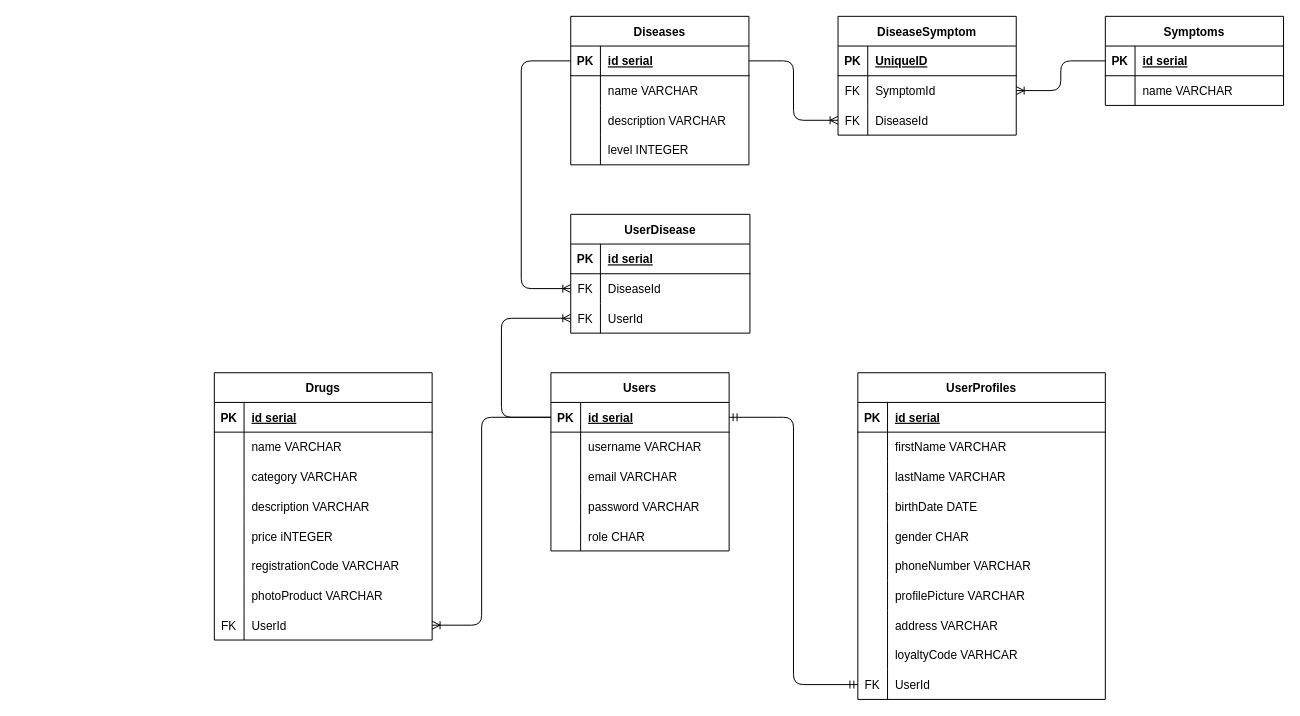
Before: schema.drawio in liliane673/GetWellSoon, a draw.io diagram. Source tidied: cells renumbered, new cells numbered last; positions are measured from the earlier drawing's top-left corner, leaving out a move shared by most shapes. Both pictures are drawn from the tidied source at 99%, with x=0, y=0 at pixel (214, 16).
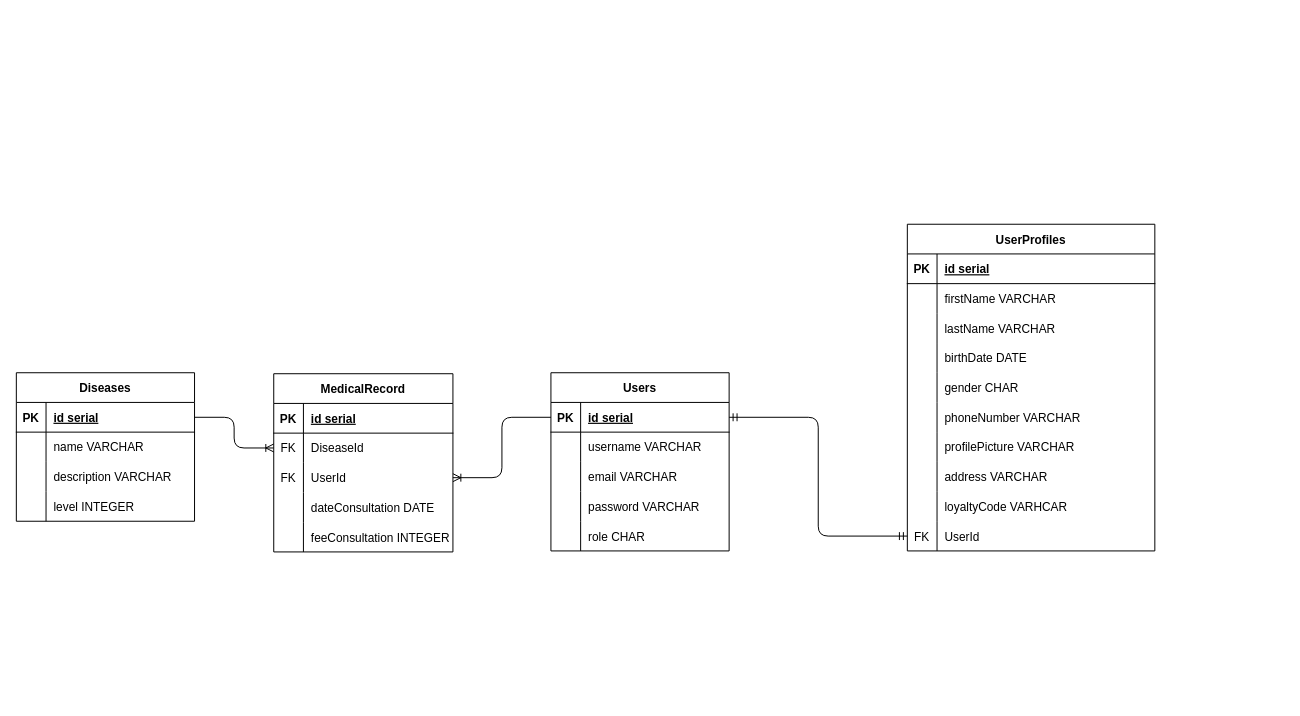
The same diagram, later.

Unchanged cells that the change refers to:
```xml
<mxCell id="3" style="shape=tableRow;horizontal=0;startSize=0;swimlaneHead=0;swimlaneBody=0;fillColor=none;points=[[0,0.5],[1,0.5]];portConstraint=eastwest;top=0;left=0;right=0;bottom=1;" parent="2" vertex="1">
  <mxGeometry y="30" width="180" height="30" as="geometry" />
</mxCell>
<mxCell id="77" style="shape=tableRow;horizontal=0;startSize=0;swimlaneHead=0;swimlaneBody=0;fillColor=none;points=[[0,0.5],[1,0.5]];portConstraint=eastwest;top=0;left=0;right=0;bottom=1;" parent="76" vertex="1">
  <mxGeometry y="30" width="180" height="30" as="geometry" />
</mxCell>
<mxCell id="112" style="shape=tableRow;horizontal=0;startSize=0;swimlaneHead=0;swimlaneBody=0;fillColor=none;points=[[0,0.5],[1,0.5]];portConstraint=eastwest;top=0;left=0;right=0;bottom=0;" parent="108" vertex="1">
  <mxGeometry y="60" width="181" height="30" as="geometry" />
</mxCell>
<mxCell id="115" style="shape=tableRow;horizontal=0;startSize=0;swimlaneHead=0;swimlaneBody=0;fillColor=none;points=[[0,0.5],[1,0.5]];portConstraint=eastwest;top=0;left=0;right=0;bottom=0;" parent="108" vertex="1">
  <mxGeometry y="90" width="181" height="30" as="geometry" />
</mxCell>
```

Diff of the diagram source:
```diff
@@
     <mxCell id="18" value="UserProfiles" style="shape=table;startSize=30;childLayout=tableLayout;rowLines=0;fontStyle=1;align=center;" parent="1" vertex="1">
-      <mxGeometry x="650" y="360" width="250" height="330" as="geometry" />
+      <mxGeometry x="700" y="210" width="250" height="330" as="geometry" />
     </mxCell>
@@
-    <mxCell id="49" value="Drugs" style="shape=table;startSize=30;childLayout=tableLayout;rowLines=0;fontStyle=1;align=center;" parent="1" vertex="1">
-      <mxGeometry y="360" width="220" height="270" as="geometry" />
-    </mxCell>
-    <mxCell id="50" style="shape=tableRow;horizontal=0;startSize=0;swimlaneHead=0;swimlaneBody=0;fillColor=none;top=0;left=0;right=0;bottom=1;" parent="49" vertex="1">
-      <mxGeometry y="30" width="220" height="30" as="geometry" />
-    </mxCell>
-    <mxCell id="51" value="PK" style="shape=partialRectangle;fillColor=none;top=0;left=0;bottom=0;right=0;fontStyle=1;overflow=hidden;" parent="50" vertex="1">
-      <mxGeometry width="30" height="30" as="geometry" />
-    </mxCell>
-    <mxCell id="52" value="id serial" style="shape=partialRectangle;fillColor=none;top=0;left=0;bottom=0;right=0;align=left;spacingLeft=6;fontStyle=5;overflow=hidden;" parent="50" vertex="1">
-      <mxGeometry x="30" width="190" height="30" as="geometry" />
-    </mxCell>
-    <mxCell id="53" style="shape=tableRow;horizontal=0;startSize=0;swimlaneHead=0;swimlaneBody=0;fillColor=none;top=0;left=0;right=0;bottom=0;" parent="49" vertex="1">
-      <mxGeometry y="60" width="220" height="30" as="geometry" />
-    </mxCell>
-    <mxCell id="54" style="shape=partialRectangle;fillColor=none;top=0;left=0;bottom=0;right=0;overflow=hidden;" parent="53" vertex="1">
-      <mxGeometry width="30" height="30" as="geometry" />
-    </mxCell>
-    <mxCell id="55" value="name VARCHAR" style="shape=partialRectangle;fillColor=none;top=0;left=0;bottom=0;right=0;align=left;spacingLeft=6;overflow=hidden;" parent="53" vertex="1">
-      <mxGeometry x="30" width="190" height="30" as="geometry" />
-    </mxCell>
-    <mxCell id="56" style="shape=tableRow;horizontal=0;startSize=0;swimlaneHead=0;swimlaneBody=0;fillColor=none;top=0;left=0;right=0;bottom=0;" parent="49" vertex="1">
-      <mxGeometry y="90" width="220" height="30" as="geometry" />
-    </mxCell>
-    <mxCell id="57" style="shape=partialRectangle;fillColor=none;top=0;left=0;bottom=0;right=0;overflow=hidden;" parent="56" vertex="1">
-      <mxGeometry width="30" height="30" as="geometry" />
-    </mxCell>
-    <mxCell id="58" value="category VARCHAR" style="shape=partialRectangle;fillColor=none;top=0;left=0;bottom=0;right=0;align=left;spacingLeft=6;overflow=hidden;" parent="56" vertex="1">
-      <mxGeometry x="30" width="190" height="30" as="geometry" />
-    </mxCell>
-    <mxCell id="59" style="shape=tableRow;horizontal=0;startSize=0;swimlaneHead=0;swimlaneBody=0;fillColor=none;top=0;left=0;right=0;bottom=0;" parent="49" vertex="1">
-      <mxGeometry y="120" width="220" height="30" as="geometry" />
-    </mxCell>
-    <mxCell id="60" style="shape=partialRectangle;fillColor=none;top=0;left=0;bottom=0;right=0;overflow=hidden;" parent="59" vertex="1">
-      <mxGeometry width="30" height="30" as="geometry" />
-    </mxCell>
-    <mxCell id="61" value="description VARCHAR" style="shape=partialRectangle;fillColor=none;top=0;left=0;bottom=0;right=0;align=left;spacingLeft=6;overflow=hidden;" parent="59" vertex="1">
-      <mxGeometry x="30" width="190" height="30" as="geometry" />
-    </mxCell>
-    <mxCell id="62" style="shape=tableRow;horizontal=0;startSize=0;swimlaneHead=0;swimlaneBody=0;fillColor=none;top=0;left=0;right=0;bottom=0;" parent="49" vertex="1">
-      <mxGeometry y="150" width="220" height="30" as="geometry" />
-    </mxCell>
-    <mxCell id="63" style="shape=partialRectangle;fillColor=none;top=0;left=0;bottom=0;right=0;overflow=hidden;" parent="62" vertex="1">
-      <mxGeometry width="30" height="30" as="geometry" />
-    </mxCell>
-    <mxCell id="64" value="price iNTEGER" style="shape=partialRectangle;fillColor=none;top=0;left=0;bottom=0;right=0;align=left;spacingLeft=6;overflow=hidden;" parent="62" vertex="1">
-      <mxGeometry x="30" width="190" height="30" as="geometry" />
-    </mxCell>
-    <mxCell id="65" style="shape=tableRow;horizontal=0;startSize=0;swimlaneHead=0;swimlaneBody=0;fillColor=none;top=0;left=0;right=0;bottom=0;" parent="49" vertex="1">
-      <mxGeometry y="180" width="220" height="30" as="geometry" />
-    </mxCell>
-    <mxCell id="66" style="shape=partialRectangle;fillColor=none;top=0;left=0;bottom=0;right=0;overflow=hidden;" parent="65" vertex="1">
-      <mxGeometry width="30" height="30" as="geometry" />
-    </mxCell>
-    <mxCell id="67" value="registrationCode VARCHAR" style="shape=partialRectangle;fillColor=none;top=0;left=0;bottom=0;right=0;align=left;spacingLeft=6;overflow=hidden;" parent="65" vertex="1">
-      <mxGeometry x="30" width="190" height="30" as="geometry" />
-    </mxCell>
-    <mxCell id="68" style="shape=tableRow;horizontal=0;startSize=0;swimlaneHead=0;swimlaneBody=0;fillColor=none;top=0;left=0;right=0;bottom=0;" parent="49" vertex="1">
-      <mxGeometry y="210" width="220" height="30" as="geometry" />
-    </mxCell>
-    <mxCell id="69" style="shape=partialRectangle;fillColor=none;top=0;left=0;bottom=0;right=0;overflow=hidden;" parent="68" vertex="1">
-      <mxGeometry width="30" height="30" as="geometry" />
-    </mxCell>
-    <mxCell id="70" value="photoProduct VARCHAR" style="shape=partialRectangle;fillColor=none;top=0;left=0;bottom=0;right=0;align=left;spacingLeft=6;overflow=hidden;" parent="68" vertex="1">
-      <mxGeometry x="30" width="190" height="30" as="geometry" />
-    </mxCell>
-    <mxCell id="71" style="shape=tableRow;horizontal=0;startSize=0;swimlaneHead=0;swimlaneBody=0;fillColor=none;points=[[0,0.5],[1,0.5]];portConstraint=eastwest;top=0;left=0;right=0;bottom=0;" parent="49" vertex="1">
-      <mxGeometry y="240" width="220" height="30" as="geometry" />
-    </mxCell>
-    <mxCell id="72" value="FK" style="shape=partialRectangle;fillColor=none;top=0;left=0;bottom=0;right=0;overflow=hidden;" parent="71" vertex="1">
-      <mxGeometry width="30" height="30" as="geometry" />
-    </mxCell>
-    <mxCell id="73" value="UserId" style="shape=partialRectangle;fillColor=none;top=0;left=0;bottom=0;right=0;align=left;spacingLeft=6;overflow=hidden;" parent="71" vertex="1">
-      <mxGeometry x="30" width="190" height="30" as="geometry" />
-    </mxCell>
@@
-    <mxCell id="75" style="edgeStyle=orthogonalEdgeStyle;fontSize=12;html=1;endArrow=ERoneToMany;exitX=0;exitY=0.5;exitDx=0;exitDy=0;entryX=1;entryY=0.5;entryDx=0;entryDy=0;" parent="1" edge="1" source="3" target="71">
-      <mxGeometry relative="1" as="geometry">
-        <Array as="points">
-          <mxPoint x="270" y="405" />
-          <mxPoint x="270" y="615" />
-        </Array>
-      </mxGeometry>
-    </mxCell>
     <mxCell id="76" value="Diseases" style="shape=table;startSize=30;childLayout=tableLayout;rowLines=0;fontStyle=1;align=center;" parent="1" vertex="1">
-      <mxGeometry x="360" width="180" height="150" as="geometry" />
+      <mxGeometry x="-200" y="360" width="180" height="150" as="geometry" />
     </mxCell>
@@
-    <mxCell id="89" value="Symptoms" style="shape=table;startSize=30;childLayout=tableLayout;rowLines=0;fontStyle=1;align=center;" parent="1" vertex="1">
-      <mxGeometry x="900" width="180" height="90" as="geometry" />
-    </mxCell>
-    <mxCell id="90" style="shape=tableRow;horizontal=0;startSize=0;swimlaneHead=0;swimlaneBody=0;fillColor=none;points=[[0,0.5],[1,0.5]];portConstraint=eastwest;top=0;left=0;right=0;bottom=1;" parent="89" vertex="1">
-      <mxGeometry y="30" width="180" height="30" as="geometry" />
-    </mxCell>
-    <mxCell id="91" value="PK" style="shape=partialRectangle;fillColor=none;top=0;left=0;bottom=0;right=0;fontStyle=1;overflow=hidden;" parent="90" vertex="1">
-      <mxGeometry width="30" height="30" as="geometry" />
-    </mxCell>
-    <mxCell id="92" value="id serial" style="shape=partialRectangle;fillColor=none;top=0;left=0;bottom=0;right=0;align=left;spacingLeft=6;fontStyle=5;overflow=hidden;" parent="90" vertex="1">
-      <mxGeometry x="30" width="150" height="30" as="geometry" />
-    </mxCell>
-    <mxCell id="93" style="shape=tableRow;horizontal=0;startSize=0;swimlaneHead=0;swimlaneBody=0;fillColor=none;top=0;left=0;right=0;bottom=0;" parent="89" vertex="1">
-      <mxGeometry y="60" width="180" height="30" as="geometry" />
-    </mxCell>
-    <mxCell id="94" style="shape=partialRectangle;fillColor=none;top=0;left=0;bottom=0;right=0;overflow=hidden;" parent="93" vertex="1">
-      <mxGeometry width="30" height="30" as="geometry" />
-    </mxCell>
-    <mxCell id="95" value="name VARCHAR" style="shape=partialRectangle;fillColor=none;top=0;left=0;bottom=0;right=0;align=left;spacingLeft=6;overflow=hidden;" parent="93" vertex="1">
-      <mxGeometry x="30" width="150" height="30" as="geometry" />
-    </mxCell>
-    <mxCell id="96" value="DiseaseSymptom" style="shape=table;startSize=30;childLayout=tableLayout;rowLines=0;fontStyle=1;align=center;" parent="1" vertex="1">
-      <mxGeometry x="630" width="180" height="120" as="geometry" />
-    </mxCell>
-    <mxCell id="97" style="shape=tableRow;horizontal=0;startSize=0;swimlaneHead=0;swimlaneBody=0;fillColor=none;top=0;left=0;right=0;bottom=1;" parent="96" vertex="1">
-      <mxGeometry y="30" width="180" height="30" as="geometry" />
-    </mxCell>
-    <mxCell id="98" value="PK" style="shape=partialRectangle;fillColor=none;top=0;left=0;bottom=0;right=0;fontStyle=1;overflow=hidden;" parent="97" vertex="1">
-      <mxGeometry width="30" height="30" as="geometry" />
-    </mxCell>
-    <mxCell id="99" value="UniqueID" style="shape=partialRectangle;fillColor=none;top=0;left=0;bottom=0;right=0;align=left;spacingLeft=6;fontStyle=5;overflow=hidden;" parent="97" vertex="1">
-      <mxGeometry x="30" width="150" height="30" as="geometry" />
-    </mxCell>
-    <mxCell id="100" style="shape=tableRow;horizontal=0;startSize=0;swimlaneHead=0;swimlaneBody=0;fillColor=none;points=[[0,0.5],[1,0.5]];portConstraint=eastwest;top=0;left=0;right=0;bottom=0;" parent="96" vertex="1">
-      <mxGeometry y="60" width="180" height="30" as="geometry" />
-    </mxCell>
-    <mxCell id="101" value="FK" style="shape=partialRectangle;fillColor=none;top=0;left=0;bottom=0;right=0;overflow=hidden;" parent="100" vertex="1">
-      <mxGeometry width="30" height="30" as="geometry" />
-    </mxCell>
-    <mxCell id="102" value="SymptomId" style="shape=partialRectangle;fillColor=none;top=0;left=0;bottom=0;right=0;align=left;spacingLeft=6;overflow=hidden;" parent="100" vertex="1">
-      <mxGeometry x="30" width="150" height="30" as="geometry" />
-    </mxCell>
-    <mxCell id="103" style="shape=tableRow;horizontal=0;startSize=0;swimlaneHead=0;swimlaneBody=0;fillColor=none;points=[[0,0.5],[1,0.5]];portConstraint=eastwest;top=0;left=0;right=0;bottom=0;" parent="96" vertex="1">
-      <mxGeometry y="90" width="180" height="30" as="geometry" />
-    </mxCell>
-    <mxCell id="104" value="FK" style="shape=partialRectangle;fillColor=none;top=0;left=0;bottom=0;right=0;overflow=hidden;" parent="103" vertex="1">
-      <mxGeometry width="30" height="30" as="geometry" />
-    </mxCell>
-    <mxCell id="105" value="DiseaseId" style="shape=partialRectangle;fillColor=none;top=0;left=0;bottom=0;right=0;align=left;spacingLeft=6;overflow=hidden;" parent="103" vertex="1">
-      <mxGeometry x="30" width="150" height="30" as="geometry" />
-    </mxCell>
-    <mxCell id="106" style="edgeStyle=orthogonalEdgeStyle;fontSize=12;html=1;endArrow=ERoneToMany;exitX=1;exitY=0.5;exitDx=0;exitDy=0;entryX=0;entryY=0.5;entryDx=0;entryDy=0;" parent="1" edge="1" source="77" target="103">
-      <mxGeometry relative="1" as="geometry" />
-    </mxCell>
-    <mxCell id="107" style="edgeStyle=orthogonalEdgeStyle;fontSize=12;html=1;endArrow=ERoneToMany;entryX=1;entryY=0.5;entryDx=0;entryDy=0;exitX=0;exitY=0.5;exitDx=0;exitDy=0;" parent="1" edge="1" source="90" target="100">
-      <mxGeometry relative="1" as="geometry" />
-    </mxCell>
-    <mxCell id="108" value="UserDisease" style="shape=table;startSize=30;childLayout=tableLayout;rowLines=0;fontStyle=1;align=center;" parent="1" vertex="1">
-      <mxGeometry x="360" y="200" width="181" height="120" as="geometry" />
+    <mxCell id="108" value="MedicalRecord" style="shape=table;startSize=30;childLayout=tableLayout;rowLines=0;fontStyle=1;align=center;" parent="1" vertex="1">
+      <mxGeometry x="60" y="361" width="181" height="180" as="geometry" />
     </mxCell>
@@
-    <mxCell id="118" style="edgeStyle=orthogonalEdgeStyle;fontSize=12;html=1;endArrow=ERoneToMany;" parent="1" edge="1" target="115">
-      <mxGeometry relative="1" as="geometry">
-        <mxPoint x="340" y="405" as="sourcePoint" />
-        <Array as="points">
-          <mxPoint x="290" y="405" />
-          <mxPoint x="290" y="305" />
-        </Array>
-      </mxGeometry>
-    </mxCell>
+    <mxCell id="120" style="shape=tableRow;horizontal=0;startSize=0;swimlaneHead=0;swimlaneBody=0;fillColor=none;top=0;left=0;right=0;bottom=0;" parent="108" vertex="1">
+      <mxGeometry y="120" width="181" height="30" as="geometry" />
+    </mxCell>
+    <mxCell id="121" style="shape=partialRectangle;fillColor=none;top=0;left=0;bottom=0;right=0;overflow=hidden;" parent="120" vertex="1">
+      <mxGeometry width="30" height="30" as="geometry" />
+    </mxCell>
+    <mxCell id="122" value="dateConsultation DATE" style="shape=partialRectangle;fillColor=none;top=0;left=0;bottom=0;right=0;align=left;spacingLeft=6;overflow=hidden;" parent="120" vertex="1">
+      <mxGeometry x="30" width="151" height="30" as="geometry" />
+    </mxCell>
+    <mxCell id="123" style="shape=tableRow;horizontal=0;startSize=0;swimlaneHead=0;swimlaneBody=0;fillColor=none;top=0;left=0;right=0;bottom=0;" parent="108" vertex="1">
+      <mxGeometry y="150" width="181" height="30" as="geometry" />
+    </mxCell>
+    <mxCell id="124" style="shape=partialRectangle;fillColor=none;top=0;left=0;bottom=0;right=0;overflow=hidden;" parent="123" vertex="1">
+      <mxGeometry width="30" height="30" as="geometry" />
+    </mxCell>
+    <mxCell id="125" value="feeConsultation INTEGER" style="shape=partialRectangle;fillColor=none;top=0;left=0;bottom=0;right=0;align=left;spacingLeft=6;overflow=hidden;" parent="123" vertex="1">
+      <mxGeometry x="30" width="151" height="30" as="geometry" />
+    </mxCell>
+    <mxCell id="126" style="edgeStyle=orthogonalEdgeStyle;fontSize=12;html=1;endArrow=ERoneToMany;exitX=0;exitY=0.5;exitDx=0;exitDy=0;entryX=1;entryY=0.5;entryDx=0;entryDy=0;" parent="1" edge="1" source="3" target="115">
+      <mxGeometry relative="1" as="geometry" />
+    </mxCell>
-    <mxCell id="119" style="edgeStyle=orthogonalEdgeStyle;fontSize=12;html=1;endArrow=ERoneToMany;exitX=0;exitY=0.5;exitDx=0;exitDy=0;entryX=0;entryY=0.5;entryDx=0;entryDy=0;" parent="1" edge="1" source="77" target="112">
-      <mxGeometry relative="1" as="geometry">
-        <Array as="points">
-          <mxPoint x="310" y="45" />
-          <mxPoint x="310" y="275" />
-        </Array>
-      </mxGeometry>
+    <mxCell id="119" style="edgeStyle=orthogonalEdgeStyle;fontSize=12;html=1;endArrow=ERoneToMany;exitX=1;exitY=0.5;exitDx=0;exitDy=0;entryX=0;entryY=0.5;entryDx=0;entryDy=0;" parent="1" edge="1" source="77" target="112">
+      <mxGeometry relative="1" as="geometry" />
     </mxCell>
```
